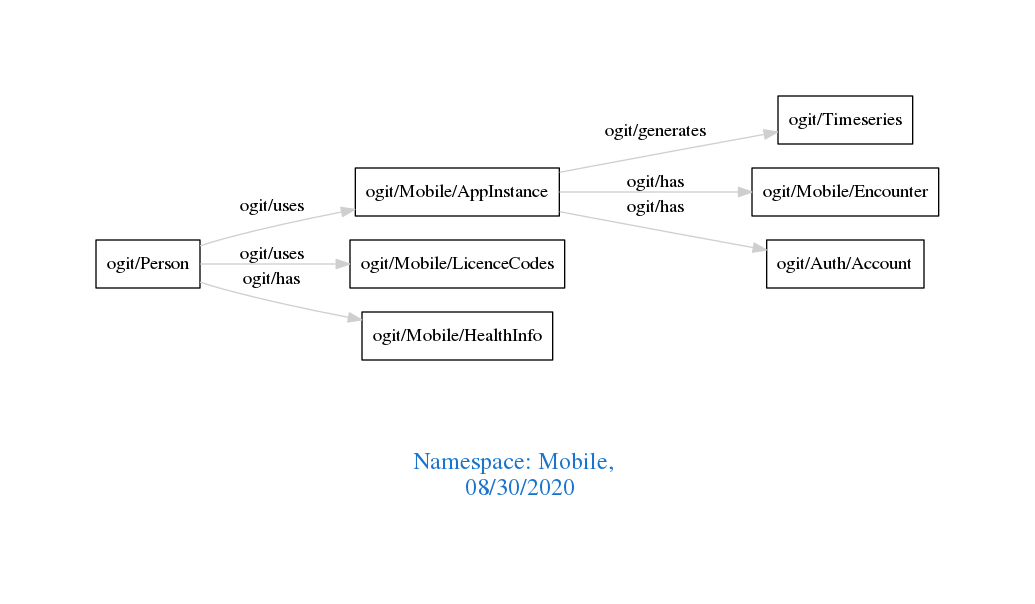
Before: downloads/Mobile.png, a diagram exported from Graphviz (arago/OGIT). Its source is kept beside it as downloads/Mobile.dot.
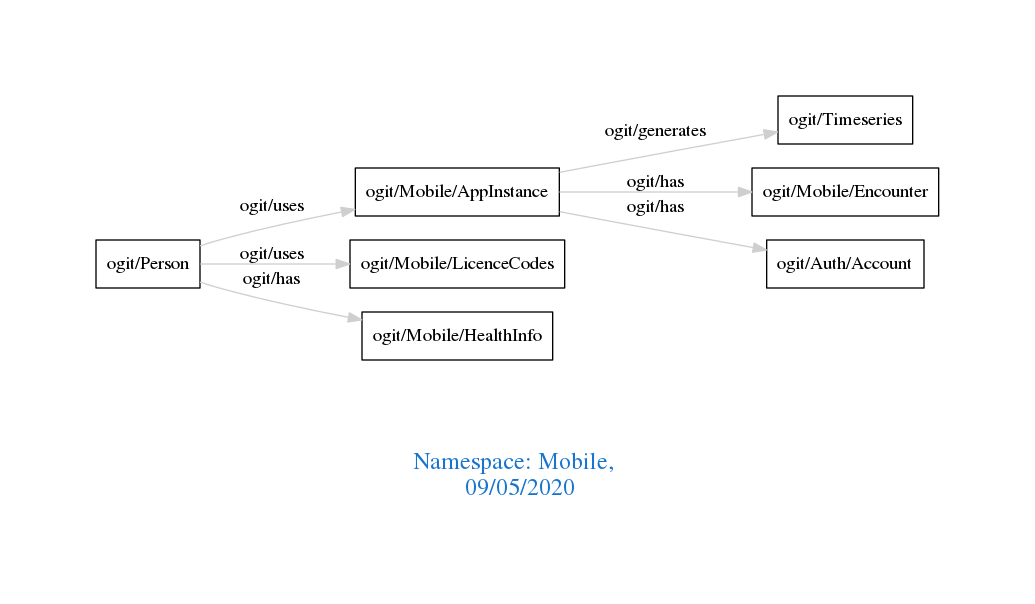
After the change.

What changed in the source:
```diff
@@ -1,7 +1,7 @@
 digraph OGIT_ontology {
  graph [ rankdir= LR,pad=1
 fontsize = 18,
-fontcolor= dodgerblue3,label = "\n\n\nNamespace: Mobile, \n 08/30/2020"];
+fontcolor= dodgerblue3,label = "\n\n\nNamespace: Mobile, \n 09/05/2020"];
 node[shape=polygon];
 edge [  color="gray81"];
 
```
